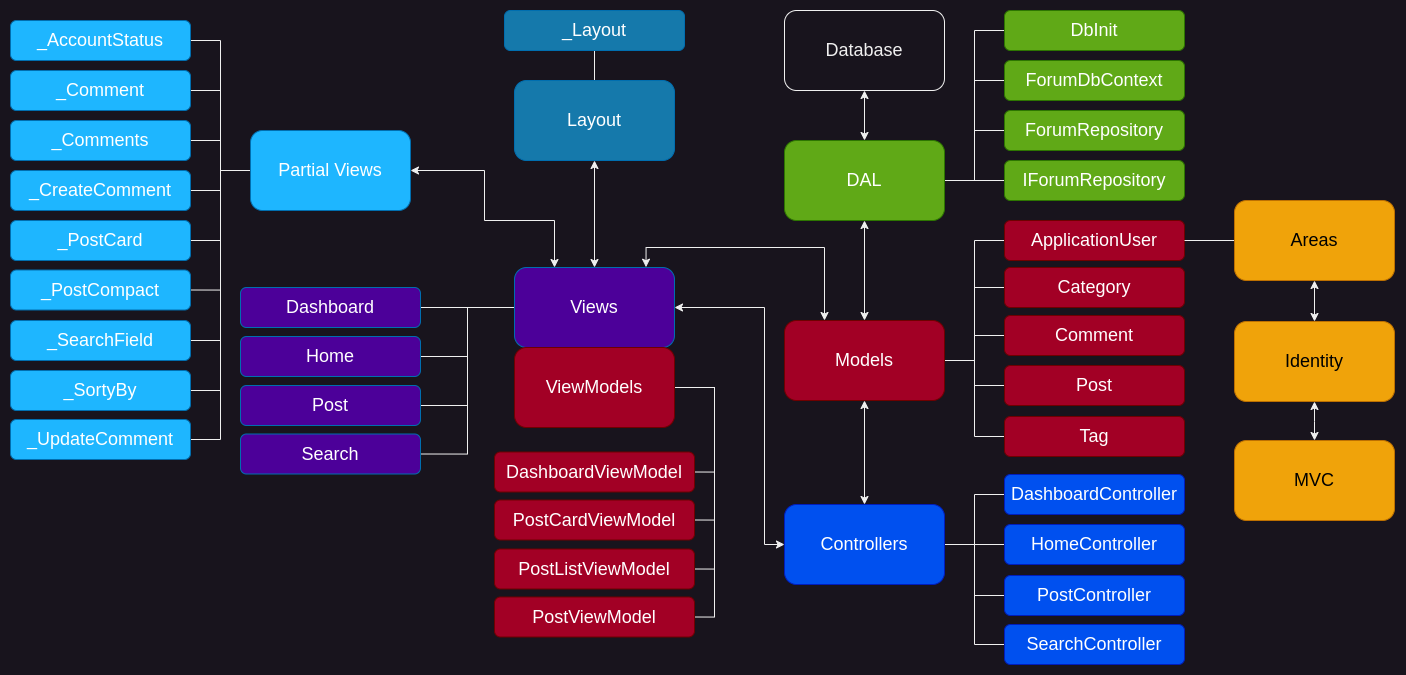
rasmusjs/ITPE3200-23H-Assignment-2 keeps this draw.io diagram as forum/wwwroot/images/documentation/webapp_architecture.png. Above is the earlier version. Source tidied: cells renumbered, new cells last; positions are measured from the earlier drawing's top-left corner, leaving out a move shared by most shapes.
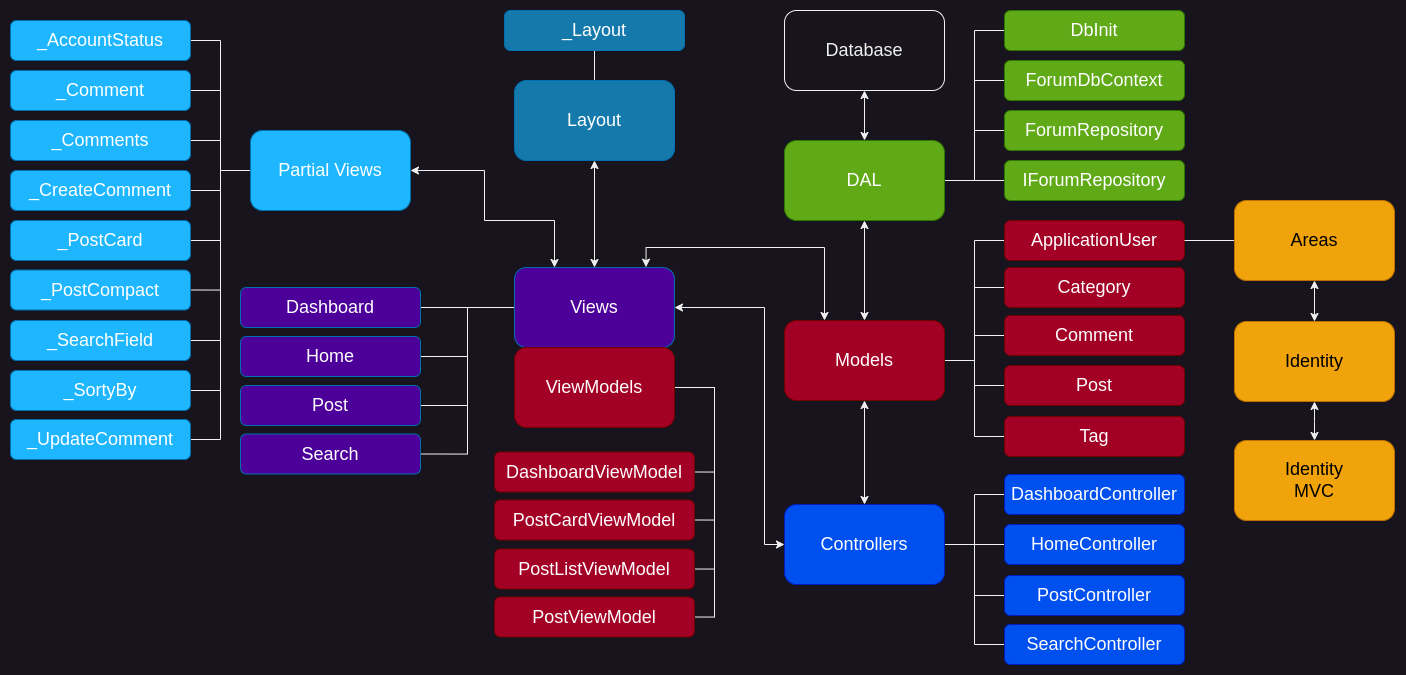
The same diagram one commit later.

What changed in the source:
```diff
@@ -199,7 +199,7 @@
     <mxCell id="63" value="&lt;font style=&quot;&quot;&gt;&lt;span style=&quot;font-size: 18px;&quot;&gt;Search&lt;/span&gt;&lt;br&gt;&lt;/font&gt;" style="rounded=1;whiteSpace=wrap;html=1;fillColor=#4C0099;fontColor=#ffffff;strokeColor=#006EAF;" parent="1" vertex="1">
       <mxGeometry x="230" y="423.5" width="180" height="40" as="geometry" />
     </mxCell>
-    <mxCell id="64" value="&lt;font style=&quot;font-size: 18px;&quot;&gt;MVC&lt;/font&gt;" style="rounded=1;whiteSpace=wrap;html=1;fillColor=#f0a30a;fontColor=#000000;strokeColor=#BD7000;" parent="1" vertex="1">
+    <mxCell id="64" value="&lt;font style=&quot;font-size: 18px;&quot;&gt;Identity&lt;br&gt;MVC&lt;/font&gt;" style="rounded=1;whiteSpace=wrap;html=1;fillColor=#f0a30a;fontColor=#000000;strokeColor=#BD7000;" parent="1" vertex="1">
       <mxGeometry x="1224" y="430" width="160" height="80" as="geometry" />
     </mxCell>
     <mxCell id="65" style="edgeStyle=orthogonalEdgeStyle;rounded=0;jettySize=auto;html=1;entryX=1;entryY=0.5;entryDx=0;entryDy=0;endArrow=none;endFill=0;" parent="1" edge="1" source="74" target="76">
```
